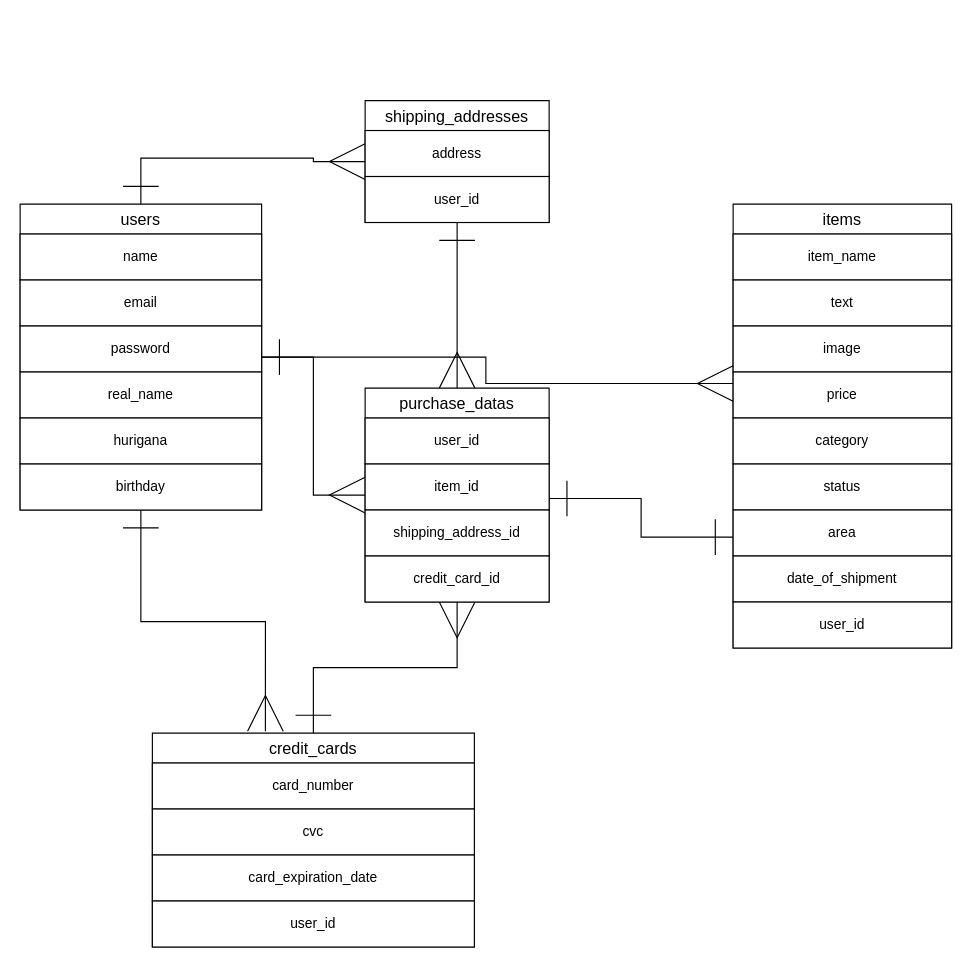
Before: furima-34534.dio in yuichiro19/furima-34534, a draw.io diagram. Source tidied: cells renumbered, new cells numbered last; positions are measured from the earlier drawing's top-left corner, leaving out a move shared by most shapes. Both pictures are drawn from the tidied source at 115%, with x=0, y=0 at pixel (20, 100).
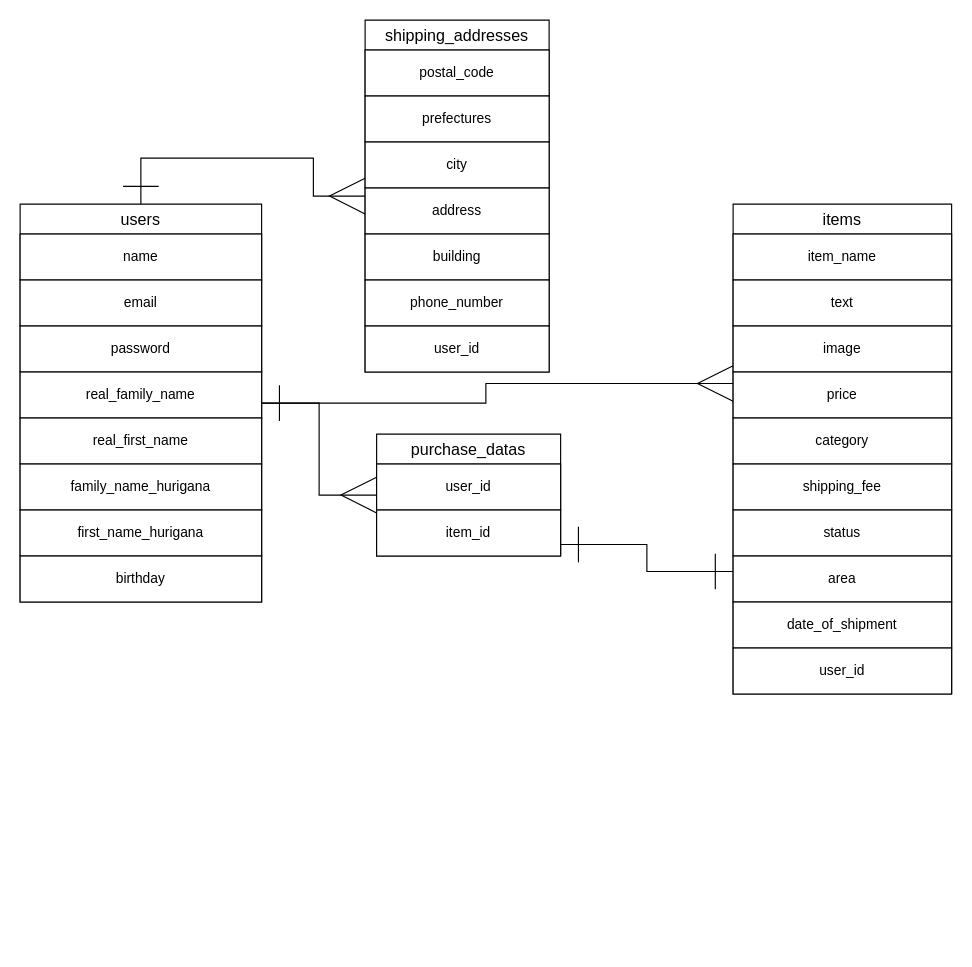
The same diagram, later.

The edit, as a diff of the source:
```diff
@@
     <mxCell id="3" value="items" style="swimlane;fontStyle=0;horizontal=1;startSize=26;align=center;fontSize=14;" parent="1" vertex="1">
-      <mxGeometry x="620" y="90" width="190" height="386" as="geometry" />
+      <mxGeometry x="620" y="90" width="190" height="426" as="geometry" />
     </mxCell>
@@
+    <mxCell id="39" value="shipping_fee" style="whiteSpace=wrap;html=1;align=center;" parent="3" vertex="1">
+      <mxGeometry y="226" width="190" height="40" as="geometry" />
+    </mxCell>
     <mxCell id="9" value="status" style="whiteSpace=wrap;html=1;align=center;" parent="3" vertex="1">
-      <mxGeometry y="226" width="190" height="40" as="geometry" />
+      <mxGeometry y="266" width="190" height="40" as="geometry" />
     </mxCell>
     <mxCell id="10" value="area" style="whiteSpace=wrap;html=1;align=center;" parent="3" vertex="1">
-      <mxGeometry y="266" width="190" height="40" as="geometry" />
+      <mxGeometry y="306" width="190" height="40" as="geometry" />
     </mxCell>
     <mxCell id="11" value="date_of_shipment" style="whiteSpace=wrap;html=1;align=center;" parent="3" vertex="1">
-      <mxGeometry y="306" width="190" height="40" as="geometry" />
+      <mxGeometry y="346" width="190" height="40" as="geometry" />
     </mxCell>
     <mxCell id="12" value="user_id" style="whiteSpace=wrap;html=1;align=center;" parent="3" vertex="1">
-      <mxGeometry y="346" width="190" height="40" as="geometry" />
+      <mxGeometry y="386" width="190" height="40" as="geometry" />
     </mxCell>
-    <mxCell id="13" style="edgeStyle=orthogonalEdgeStyle;rounded=0;jettySize=auto;html=1;exitX=0.5;exitY=0;exitDx=0;exitDy=0;entryX=0.5;entryY=1;entryDx=0;entryDy=0;startSize=29;sourcePerimeterSpacing=0;endArrow=ERmany;endFill=0;endSize=29;targetPerimeterSpacing=0;startArrow=ERone;startFill=0;" parent="1" edge="1" source="14" target="30">
-      <mxGeometry relative="1" as="geometry" />
-    </mxCell>
-    <mxCell id="14" value="credit_cards" style="swimlane;fontStyle=0;horizontal=1;startSize=26;align=center;fontSize=14;" parent="1" vertex="1">
-      <mxGeometry x="115" y="550" width="280" height="186" as="geometry" />
-    </mxCell>
-    <mxCell id="15" value="card_number" style="whiteSpace=wrap;html=1;align=center;" parent="14" vertex="1">
-      <mxGeometry y="26" width="280" height="40" as="geometry" />
-    </mxCell>
-    <mxCell id="16" value="cvc" style="whiteSpace=wrap;html=1;align=center;" parent="14" vertex="1">
-      <mxGeometry y="66" width="280" height="40" as="geometry" />
-    </mxCell>
-    <mxCell id="17" value="card_expiration_date" style="whiteSpace=wrap;html=1;align=center;" parent="14" vertex="1">
-      <mxGeometry y="106" width="280" height="40" as="geometry" />
-    </mxCell>
-    <mxCell id="18" value="user_id" style="whiteSpace=wrap;html=1;align=center;" parent="14" vertex="1">
-      <mxGeometry y="146" width="280" height="40" as="geometry" />
-    </mxCell>
@@
     <mxCell id="22" value="users" style="swimlane;fontStyle=0;horizontal=1;startSize=26;align=center;fontSize=14;" parent="1" vertex="1">
-      <mxGeometry y="90" width="210" height="266" as="geometry" />
+      <mxGeometry y="90" width="210" height="346" as="geometry" />
     </mxCell>
@@
-    <mxCell id="26" value="real_name" style="whiteSpace=wrap;html=1;align=center;" parent="22" vertex="1">
+    <mxCell id="26" value="real_family_name" style="whiteSpace=wrap;html=1;align=center;" parent="22" vertex="1">
       <mxGeometry y="146" width="210" height="40" as="geometry" />
     </mxCell>
+    <mxCell id="40" value="real_first_name" style="whiteSpace=wrap;html=1;align=center;" parent="22" vertex="1">
+      <mxGeometry y="186" width="210" height="40" as="geometry" />
+    </mxCell>
-    <mxCell id="27" value="hurigana" style="whiteSpace=wrap;html=1;align=center;" parent="22" vertex="1">
-      <mxGeometry y="186" width="210" height="40" as="geometry" />
+    <mxCell id="27" value="family_name_hurigana" style="whiteSpace=wrap;html=1;align=center;" parent="22" vertex="1">
+      <mxGeometry y="226" width="210" height="40" as="geometry" />
     </mxCell>
+    <mxCell id="41" value="first_name_hurigana" style="whiteSpace=wrap;html=1;align=center;" parent="22" vertex="1">
+      <mxGeometry y="266" width="210" height="40" as="geometry" />
+    </mxCell>
     <mxCell id="28" value="birthday" style="whiteSpace=wrap;html=1;align=center;" parent="22" vertex="1">
-      <mxGeometry y="226" width="210" height="40" as="geometry" />
+      <mxGeometry y="306" width="210" height="40" as="geometry" />
     </mxCell>
-    <mxCell id="29" style="edgeStyle=orthogonalEdgeStyle;rounded=0;jettySize=auto;html=1;exitX=0.5;exitY=0;exitDx=0;exitDy=0;entryX=0.5;entryY=1;entryDx=0;entryDy=0;startSize=29;sourcePerimeterSpacing=0;endArrow=ERone;endFill=0;endSize=29;targetPerimeterSpacing=0;startArrow=ERmany;startFill=0;" parent="1" edge="1" source="30" target="35">
-      <mxGeometry relative="1" as="geometry" />
-    </mxCell>
     <mxCell id="30" value="purchase_datas" style="swimlane;fontStyle=0;horizontal=1;startSize=26;align=center;fontSize=14;" parent="1" vertex="1">
-      <mxGeometry x="300" y="250" width="160" height="186" as="geometry" />
+      <mxGeometry x="310" y="290" width="160" height="106" as="geometry" />
     </mxCell>
@@
-    <mxCell id="33" value="shipping_address_id" style="whiteSpace=wrap;html=1;align=center;" parent="30" vertex="1">
-      <mxGeometry y="106" width="160" height="40" as="geometry" />
-    </mxCell>
-    <mxCell id="34" value="credit_card_id" style="whiteSpace=wrap;html=1;align=center;" parent="30" vertex="1">
-      <mxGeometry y="146" width="160" height="40" as="geometry" />
-    </mxCell>
     <mxCell id="35" value="shipping_addresses" style="swimlane;fontStyle=0;horizontal=1;startSize=26;align=center;fontSize=14;" parent="1" vertex="1">
-      <mxGeometry x="300" width="160" height="106" as="geometry" />
+      <mxGeometry x="300" y="-70" width="160" height="306" as="geometry" />
     </mxCell>
-    <mxCell id="36" value="address" style="whiteSpace=wrap;html=1;align=center;" parent="35" vertex="1">
+    <mxCell id="36" value="postal_code" style="whiteSpace=wrap;html=1;align=center;" parent="35" vertex="1">
       <mxGeometry y="26" width="160" height="40" as="geometry" />
     </mxCell>
+    <mxCell id="42" value="prefectures" style="whiteSpace=wrap;html=1;align=center;" parent="35" vertex="1">
+      <mxGeometry y="66" width="160" height="40" as="geometry" />
+    </mxCell>
+    <mxCell id="43" value="city" style="whiteSpace=wrap;html=1;align=center;" parent="35" vertex="1">
+      <mxGeometry y="106" width="160" height="40" as="geometry" />
+    </mxCell>
+    <mxCell id="44" value="address" style="whiteSpace=wrap;html=1;align=center;" parent="35" vertex="1">
+      <mxGeometry y="146" width="160" height="40" as="geometry" />
+    </mxCell>
+    <mxCell id="45" value="building" style="whiteSpace=wrap;html=1;align=center;" parent="35" vertex="1">
+      <mxGeometry y="186" width="160" height="40" as="geometry" />
+    </mxCell>
+    <mxCell id="46" value="phone_number" style="whiteSpace=wrap;html=1;align=center;" parent="35" vertex="1">
+      <mxGeometry y="226" width="160" height="40" as="geometry" />
+    </mxCell>
     <mxCell id="37" value="user_id" style="whiteSpace=wrap;html=1;align=center;" parent="35" vertex="1">
-      <mxGeometry y="66" width="160" height="40" as="geometry" />
+      <mxGeometry y="266" width="160" height="40" as="geometry" />
     </mxCell>
-    <mxCell id="38" style="edgeStyle=orthogonalEdgeStyle;rounded=0;jettySize=auto;html=1;exitX=0.5;exitY=1;exitDx=0;exitDy=0;entryX=0.351;entryY=-0.009;entryDx=0;entryDy=0;entryPerimeter=0;endArrow=ERmany;endFill=0;endSize=29;startSize=29;sourcePerimeterSpacing=0;targetPerimeterSpacing=0;startArrow=ERone;startFill=0;" parent="1" edge="1" source="28" target="14">
-      <mxGeometry relative="1" as="geometry" />
-    </mxCell>
```
